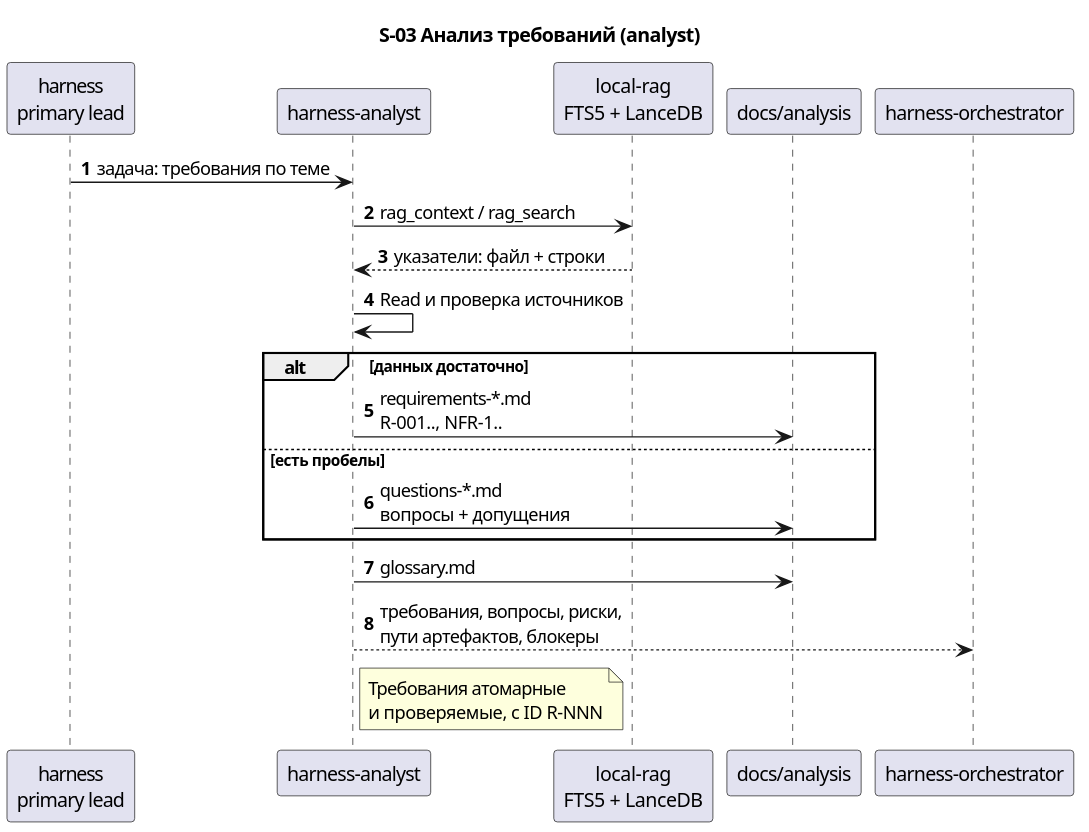
The PlantUML diagram docs/description/diagrams/seq-03-analyst.svg in serge-sasov/harness, before a commit. Its diagram source:
```plantuml
@startuml
autonumber
skinparam defaultFontName Segoe UI
title S-03 Анализ требований (analyst)

participant "harness\nprimary lead" as primary
participant "harness-analyst" as analyst
participant "local-rag\nFTS5 + LanceDB" as rag
participant "docs/analysis" as docs
participant "harness-orchestrator" as orch

primary -> analyst : задача: требования по теме
analyst -> rag : rag_context / rag_search
rag --> analyst : указатели: файл + строки
analyst -> analyst : Read и проверка источников
alt данных достаточно
  analyst -> docs : requirements-*.md\nR-001.., NFR-1..
else есть пробелы
  analyst -> docs : questions-*.md\nвопросы + допущения
end
analyst -> docs : glossary.md
analyst --> orch : требования, вопросы, риски,\nпути артефактов, блокеры
note right of analyst
  Требования атомарные
  и проверяемые, с ID R-NNN
end note
@enduml
```
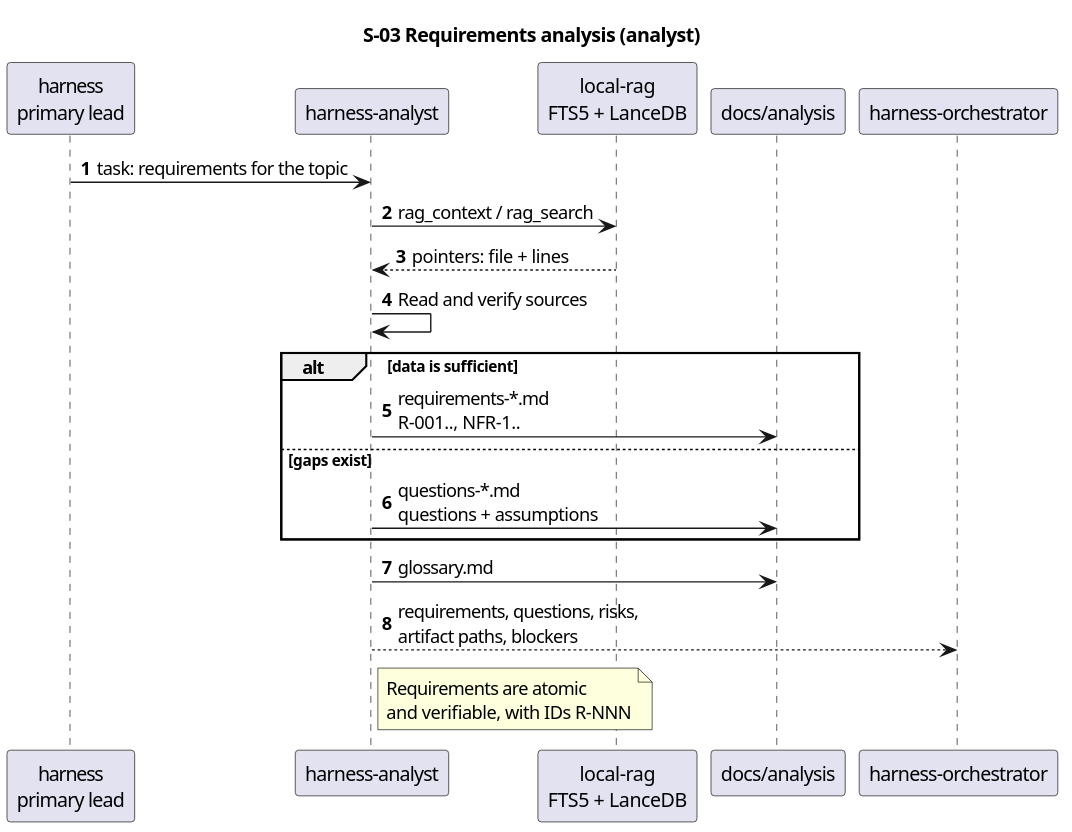
The same file after the commit.

Diff of the diagram source:
```diff
@@ -1,7 +1,7 @@
 @startuml
 autonumber
 skinparam defaultFontName Segoe UI
-title S-03 Анализ требований (analyst)
+title S-03 Requirements analysis (analyst)
 
 participant "harness\nprimary lead" as primary
 participant "harness-analyst" as analyst
@@ -9,19 +9,19 @@
 participant "docs/analysis" as docs
 participant "harness-orchestrator" as orch
 
-primary -> analyst : задача: требования по теме
+primary -> analyst : task: requirements for the topic
 analyst -> rag : rag_context / rag_search
-rag --> analyst : указатели: файл + строки
-analyst -> analyst : Read и проверка источников
-alt данных достаточно
+rag --> analyst : pointers: file + lines
+analyst -> analyst : Read and verify sources
+alt data is sufficient
   analyst -> docs : requirements-*.md\nR-001.., NFR-1..
-else есть пробелы
-  analyst -> docs : questions-*.md\nвопросы + допущения
+else gaps exist
+  analyst -> docs : questions-*.md\nquestions + assumptions
 end
 analyst -> docs : glossary.md
-analyst --> orch : требования, вопросы, риски,\nпути артефактов, блокеры
+analyst --> orch : requirements, questions, risks,\nartifact paths, blockers
 note right of analyst
-  Требования атомарные
-  и проверяемые, с ID R-NNN
+  Requirements are atomic
+  and verifiable, with IDs R-NNN
 end note
 @enduml
```
